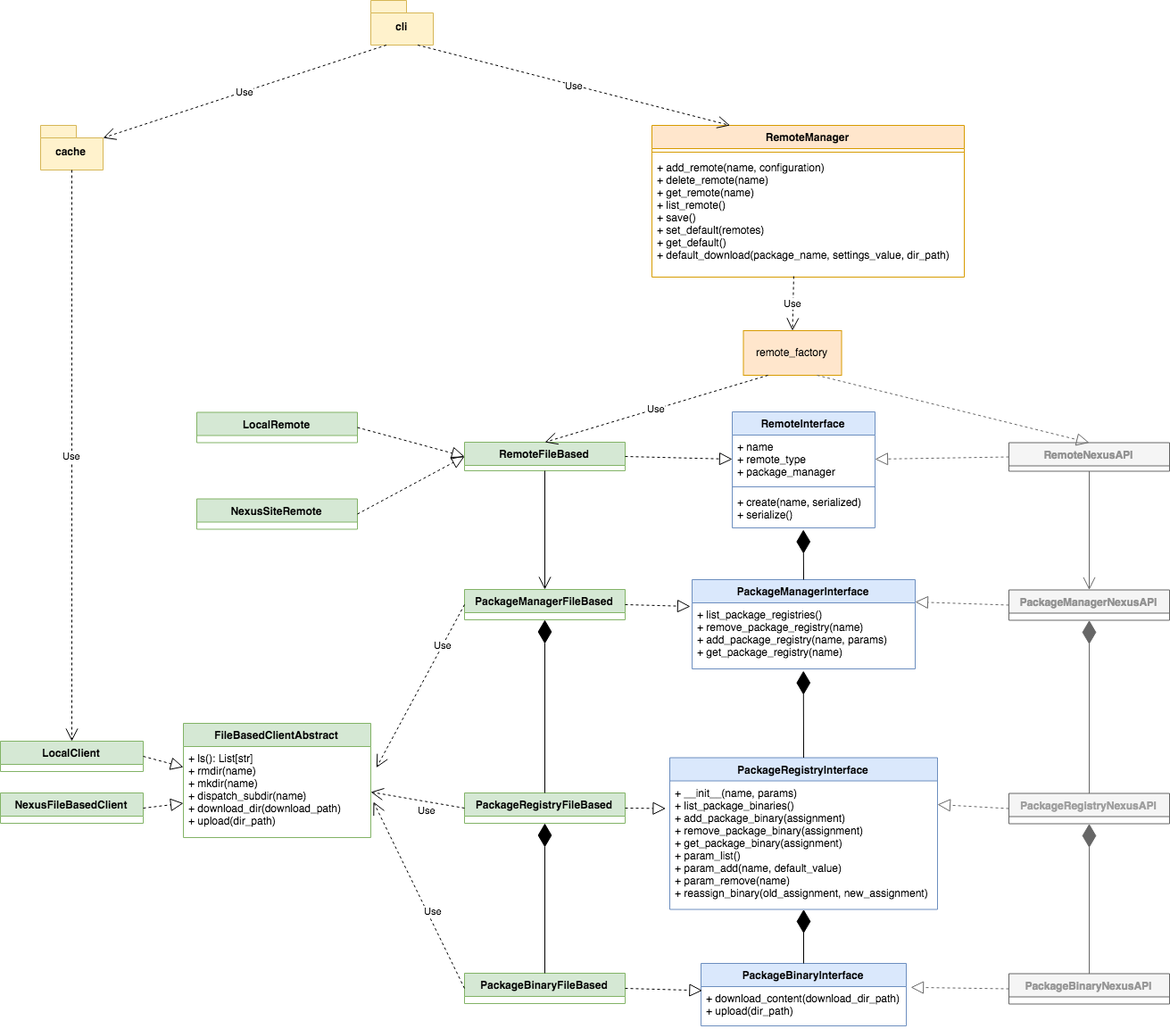
kwinata/pacco keeps this draw.io diagram as docs/source/diagrams/pacco.png. Above is the earlier version. Source tidied: cells renumbered, new cells last; positions are measured from the earlier drawing's top-left corner, leaving out a move shared by most shapes.
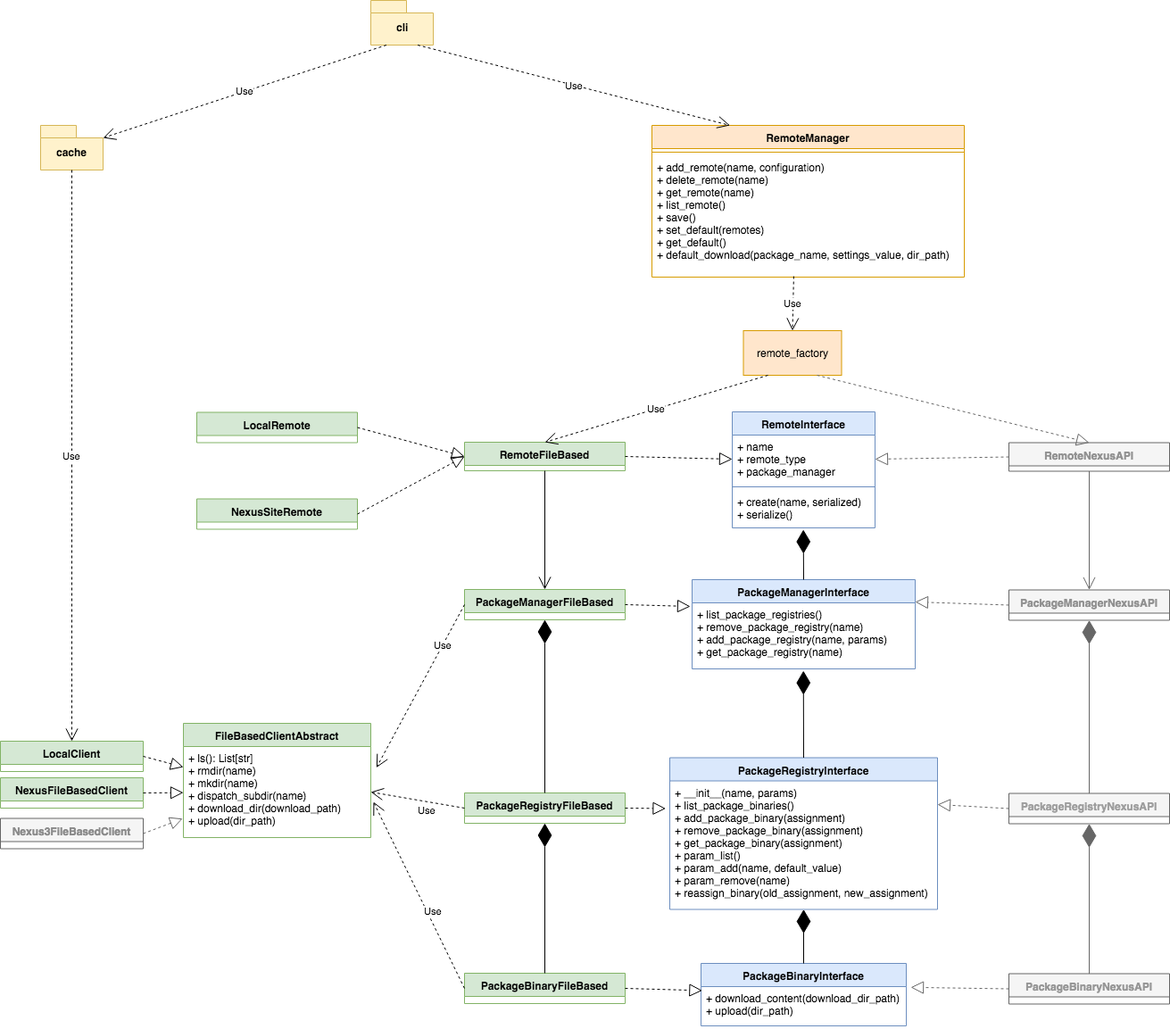
Above is the later version.

The edit, as a diff of the source:
```diff
@@ -62,7 +62,7 @@
       </mxGeometry>
     </mxCell>
     <mxCell id="21" value="NexusFileBasedClient" style="swimlane;fontStyle=1;align=center;verticalAlign=top;horizontal=1;startSize=26;fillColor=#d5e8d4;strokeColor=#82b366;" parent="1" vertex="1">
-      <mxGeometry y="888" width="160" height="34" as="geometry" />
+      <mxGeometry y="871" width="160" height="34" as="geometry" />
     </mxCell>
     <mxCell id="22" style="endArrow=block;dashed=1;endFill=0;endSize=12;html=1;exitX=1;exitY=0.5;exitDx=0;exitDy=0;" parent="1" edge="1" source="21" target="9">
       <mxGeometry relative="1" as="geometry" />
@@ -186,5 +186,11 @@
     <mxCell id="61" style="endArrow=block;dashed=1;endFill=0;endSize=12;html=1;exitX=0.75;exitY=1;exitDx=0;exitDy=0;entryX=0.5;entryY=0;entryDx=0;entryDy=0;fillColor=#f5f5f5;strokeColor=#666666;" parent="1" edge="1" source="42" target="53">
       <mxGeometry relative="1" as="geometry" />
     </mxCell>
+    <mxCell id="62" value="Nexus3FileBasedClient" style="swimlane;fontStyle=1;align=center;verticalAlign=top;horizontal=1;startSize=26;fillColor=#f5f5f5;strokeColor=#666666;fontColor=#8A8A8A;" parent="1" vertex="1">
+      <mxGeometry y="916.5" width="160" height="34" as="geometry" />
+    </mxCell>
+    <mxCell id="63" style="endArrow=block;dashed=1;endFill=0;endSize=12;html=1;exitX=1;exitY=0.5;exitDx=0;exitDy=0;entryX=-0.004;entryY=0.792;entryDx=0;entryDy=0;entryPerimeter=0;fillColor=#f5f5f5;strokeColor=#666666;" parent="1" edge="1" source="62" target="9">
+      <mxGeometry relative="1" as="geometry" />
+    </mxCell>
   </root>
 </mxGraphModel>
```
